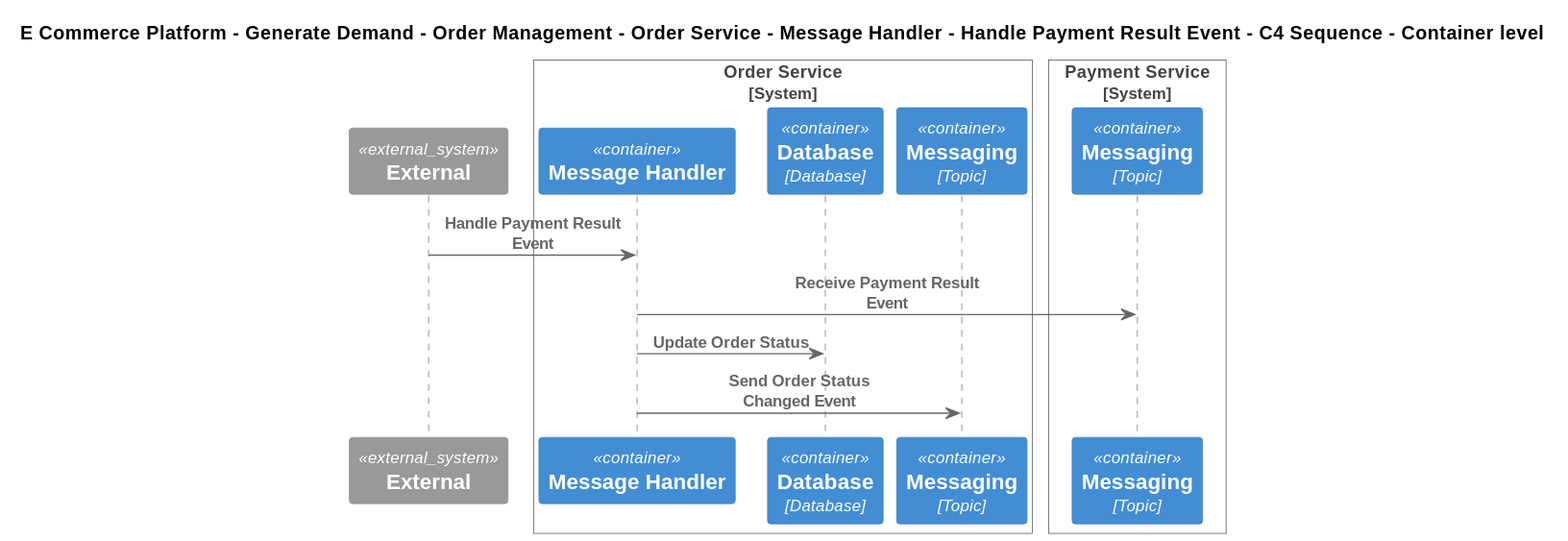
Before: Samples/E-Commerce Platform/Yaml/Diagrams/E Commerce Platform/Generate Demand/Order Management/Software Systems/Order Service/Containers/Message Handler/Interfaces/Handle Payment Result Event/Container - C4 Sequence.svg, a diagram exported from PlantUML (mnadenysenko/C4InterFlow). The source it was exported from:
```plantuml
@startuml
!include ..\..\..\..\..\..\..\..\..\.c4s\C4_Sequence.puml
SHOW_FOOT_BOXES()

title E Commerce Platform - Generate Demand - Order Management - Order Service - Message Handler - Handle Payment Result Event - C4 Sequence - Container level

System_Ext(C4InterFlow.SoftwareSystems.ExternalSystem, "External", "")

System_Boundary(ECommercePlatform.GenerateDemand.OrderManagement.SoftwareSystems.OrderService, "Order Service")
    Container(ECommercePlatform.GenerateDemand.OrderManagement.SoftwareSystems.OrderService.Containers.MessageHandler, "Message Handler", "", "")
    ContainerDb(ECommercePlatform.GenerateDemand.OrderManagement.SoftwareSystems.OrderService.Containers.Database, "Database", "Database", "")
    ContainerQueue(ECommercePlatform.GenerateDemand.OrderManagement.SoftwareSystems.OrderService.Containers.Messaging, "Messaging", "Topic", "")
Boundary_End()

System_Boundary(ECommercePlatform.Deliver.Payments.SoftwareSystems.PaymentService, "Payment Service")
    ContainerQueue(ECommercePlatform.Deliver.Payments.SoftwareSystems.PaymentService.Containers.Messaging, "Messaging", "Topic", "")
Boundary_End()

Rel(C4InterFlow.SoftwareSystems.ExternalSystem, ECommercePlatform.GenerateDemand.OrderManagement.SoftwareSystems.OrderService.Containers.MessageHandler, "Handle Payment Result Event")
Rel(ECommercePlatform.GenerateDemand.OrderManagement.SoftwareSystems.OrderService.Containers.MessageHandler, ECommercePlatform.Deliver.Payments.SoftwareSystems.PaymentService.Containers.Messaging, "Receive Payment Result Event")
Rel(ECommercePlatform.GenerateDemand.OrderManagement.SoftwareSystems.OrderService.Containers.MessageHandler, ECommercePlatform.GenerateDemand.OrderManagement.SoftwareSystems.OrderService.Containers.Database, "Update Order Status")
Rel(ECommercePlatform.GenerateDemand.OrderManagement.SoftwareSystems.OrderService.Containers.MessageHandler, ECommercePlatform.GenerateDemand.OrderManagement.SoftwareSystems.OrderService.Containers.Messaging, "Send Order Status Changed Event")
@enduml
```
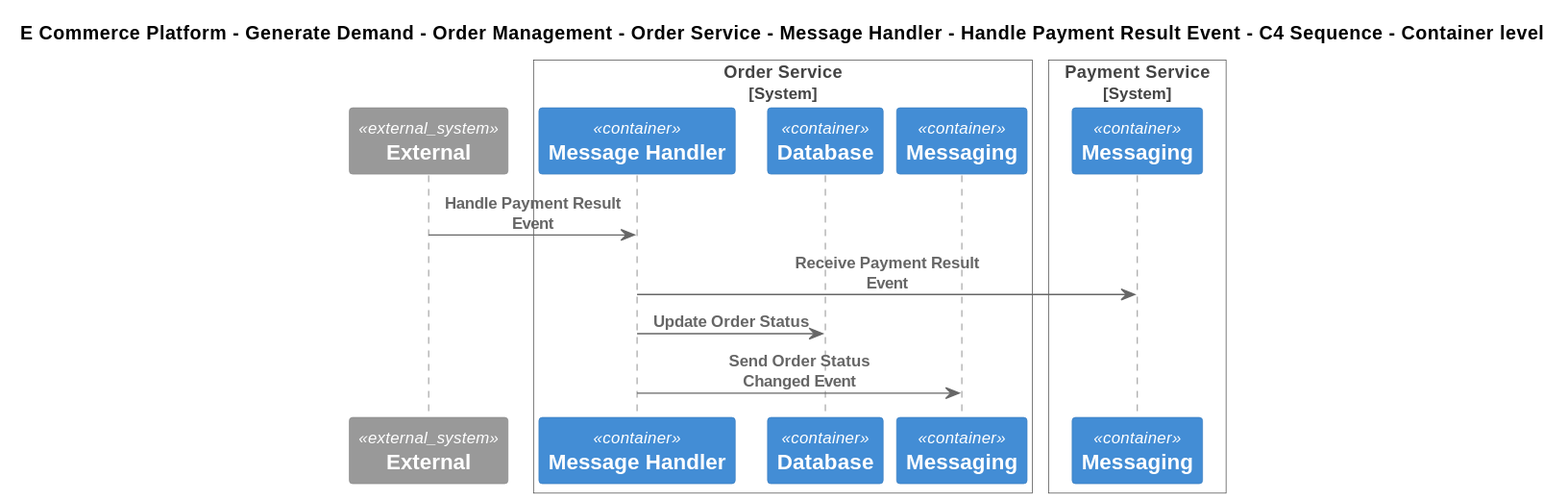
After the change.

Diff of the diagram source:
```diff
@@ -8,12 +8,12 @@
 
 System_Boundary(ECommercePlatform.GenerateDemand.OrderManagement.SoftwareSystems.OrderService, "Order Service")
     Container(ECommercePlatform.GenerateDemand.OrderManagement.SoftwareSystems.OrderService.Containers.MessageHandler, "Message Handler", "", "")
-    ContainerDb(ECommercePlatform.GenerateDemand.OrderManagement.SoftwareSystems.OrderService.Containers.Database, "Database", "Database", "")
-    ContainerQueue(ECommercePlatform.GenerateDemand.OrderManagement.SoftwareSystems.OrderService.Containers.Messaging, "Messaging", "Topic", "")
+    ContainerDb(ECommercePlatform.GenerateDemand.OrderManagement.SoftwareSystems.OrderService.Containers.Database, "Database", "", "")
+    ContainerQueue(ECommercePlatform.GenerateDemand.OrderManagement.SoftwareSystems.OrderService.Containers.Messaging, "Messaging", "", "")
 Boundary_End()
 
 System_Boundary(ECommercePlatform.Deliver.Payments.SoftwareSystems.PaymentService, "Payment Service")
-    ContainerQueue(ECommercePlatform.Deliver.Payments.SoftwareSystems.PaymentService.Containers.Messaging, "Messaging", "Topic", "")
+    ContainerQueue(ECommercePlatform.Deliver.Payments.SoftwareSystems.PaymentService.Containers.Messaging, "Messaging", "", "")
 Boundary_End()
 
 Rel(C4InterFlow.SoftwareSystems.ExternalSystem, ECommercePlatform.GenerateDemand.OrderManagement.SoftwareSystems.OrderService.Containers.MessageHandler, "Handle Payment Result Event")
```
